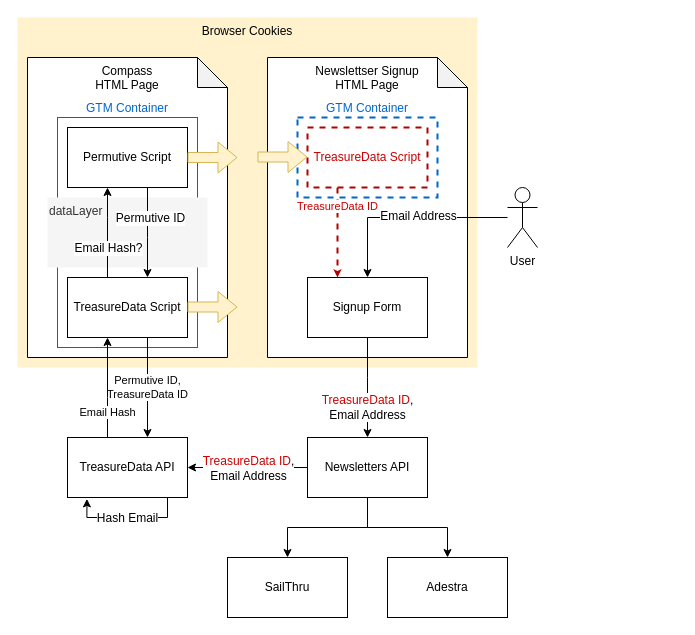
Before: diagrams/newsletters-flow.drawio in CondeNast/gtm-docs, a draw.io diagram. Source tidied: cells renumbered, new cells numbered last; positions are measured from the earlier drawing's top-left corner, leaving out a move shared by most shapes. Both pictures are drawn from the tidied source at 100%, with x=0, y=0 at pixel (17, 17).
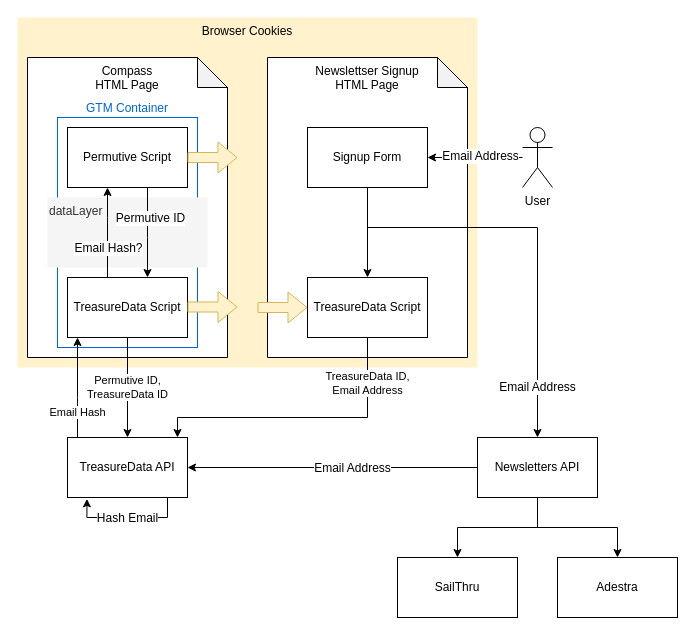
The same page after the edit.

The change refers to these unchanged cells:
```xml
<mxCell id="11" value="TreasureData Script" style="rounded=0;whiteSpace=wrap;html=1;" parent="1" vertex="1">
  <mxGeometry x="50" y="260" width="120" height="60" as="geometry" />
</mxCell>
<mxCell id="15" style="edgeStyle=orthogonalEdgeStyle;rounded=0;jettySize=auto;html=1;entryX=1;entryY=0.5;entryDx=0;entryDy=0;" parent="1" edge="1" source="19" target="23">
  <mxGeometry relative="1" as="geometry" />
</mxCell>
<mxCell id="23" value="TreasureData API" style="rounded=0;whiteSpace=wrap;html=1;" parent="1" vertex="1">
  <mxGeometry x="50" y="420" width="120" height="60" as="geometry" />
</mxCell>
```

The edit, as a diff of the source:
```diff
@@
-    <mxCell id="6" value="GTM Container" style="rounded=0;whiteSpace=wrap;html=1;strokeColor=#0066CC;strokeWidth=2;fillColor=#FFFFFF;fontColor=#0066CC;align=center;verticalAlign=bottom;labelPosition=center;verticalLabelPosition=top;dashed=1;" parent="1" vertex="1">
-      <mxGeometry x="280" y="100" width="140" height="80" as="geometry" />
-    </mxCell>
@@
     <mxCell id="10" value="Permutive ID,&lt;br&gt;TreasureData ID" style="edgeStyle=orthogonalEdgeStyle;rounded=0;jettySize=auto;html=1;" parent="1" edge="1" source="11" target="23">
       <mxGeometry relative="1" as="geometry">
         <Array as="points">
-          <mxPoint x="130" y="380" />
-          <mxPoint x="130" y="380" />
+          <mxPoint x="110" y="380" />
+          <mxPoint x="110" y="380" />
         </Array>
       </mxGeometry>
     </mxCell>
@@
-    <mxCell id="16" value="&lt;font color=&quot;#cc0000&quot;&gt;TreasureData ID&lt;/font&gt;,&lt;br&gt;Email Address" style="text;html=1;align=center;verticalAlign=middle;labelBackgroundColor=#ffffff;" parent="15" vertex="1">
+    <mxCell id="16" value="Email Address" style="text;html=1;align=center;verticalAlign=middle;labelBackgroundColor=#ffffff;" parent="15" vertex="1">
       <mxGeometry x="-0.23" y="4" relative="1" as="geometry">
         <mxPoint x="-14" y="-4" as="offset" />
       </mxGeometry>
     </mxCell>
@@
     <mxCell id="18" style="edgeStyle=orthogonalEdgeStyle;rounded=0;jettySize=auto;html=1;" parent="1" edge="1" source="19" target="32">
       <mxGeometry relative="1" as="geometry">
         <Array as="points">
-          <mxPoint x="350" y="510" />
-          <mxPoint x="270" y="510" />
+          <mxPoint x="520" y="510" />
+          <mxPoint x="440" y="510" />
         </Array>
       </mxGeometry>
     </mxCell>
     <mxCell id="19" value="Newsletters API" style="rounded=0;whiteSpace=wrap;html=1;" parent="1" vertex="1">
-      <mxGeometry x="290" y="420" width="120" height="60" as="geometry" />
+      <mxGeometry x="460" y="420" width="120" height="60" as="geometry" />
     </mxCell>
@@
     <mxCell id="22" value="&lt;font color=&quot;#000000&quot;&gt;Email Hash&lt;/font&gt;" style="edgeStyle=orthogonalEdgeStyle;rounded=0;jettySize=auto;html=1;strokeColor=#000000;strokeWidth=1;fillColor=#E51400;fontColor=#0066CC;" parent="1" edge="1" source="23" target="11">
       <mxGeometry x="-0.5" relative="1" as="geometry">
         <Array as="points">
-          <mxPoint x="90" y="380" />
-          <mxPoint x="90" y="380" />
+          <mxPoint x="60" y="380" />
+          <mxPoint x="60" y="380" />
         </Array>
       </mxGeometry>
     </mxCell>
@@
-    <mxCell id="26" value="&lt;font style=&quot;font-size: 12px&quot; color=&quot;#cc0000&quot;&gt;TreasureData ID&lt;/font&gt;&lt;span style=&quot;font-size: 12px&quot;&gt;,&lt;/span&gt;&lt;br style=&quot;font-size: 12px&quot;&gt;&lt;span style=&quot;font-size: 12px&quot;&gt;Email Address&lt;/span&gt;" style="edgeStyle=orthogonalEdgeStyle;rounded=0;jettySize=auto;html=1;" parent="1" edge="1" source="27" target="19">
-      <mxGeometry x="0.4" relative="1" as="geometry">
+    <mxCell id="26" value="&lt;span style=&quot;font-size: 12px&quot;&gt;Email Address&lt;/span&gt;" style="edgeStyle=orthogonalEdgeStyle;rounded=0;jettySize=auto;html=1;" parent="1" edge="1" source="27" target="19">
+      <mxGeometry x="0.76" relative="1" as="geometry">
         <Array as="points">
-          <mxPoint x="350" y="360" />
-          <mxPoint x="350" y="360" />
+          <mxPoint x="350" y="210" />
+          <mxPoint x="520" y="210" />
         </Array>
       </mxGeometry>
     </mxCell>
+    <mxCell id="36" style="edgeStyle=orthogonalEdgeStyle;rounded=1;jettySize=auto;html=1;endSize=6;strokeColor=#000000;strokeWidth=1;fillColor=#E51400;fontColor=#0066CC;" parent="1" edge="1" source="27" target="34">
+      <mxGeometry relative="1" as="geometry" />
+    </mxCell>
     <mxCell id="27" value="Signup Form" style="rounded=0;whiteSpace=wrap;html=1;" parent="1" vertex="1">
-      <mxGeometry x="290" y="260" width="120" height="60" as="geometry" />
+      <mxGeometry x="290" y="110" width="120" height="60" as="geometry" />
     </mxCell>
-    <mxCell id="28" style="edgeStyle=orthogonalEdgeStyle;rounded=0;jettySize=auto;html=1;" parent="1" edge="1" source="30" target="27">
+    <mxCell id="28" style="edgeStyle=orthogonalEdgeStyle;jettySize=auto;html=1;rounded=1;" parent="1" edge="1" source="30" target="27">
       <mxGeometry relative="1" as="geometry" />
     </mxCell>
@@
     <mxCell id="30" value="User&lt;br&gt;" style="shape=umlActor;verticalLabelPosition=bottom;labelBackgroundColor=#ffffff;verticalAlign=top;html=1;outlineConnect=0;" parent="1" vertex="1">
-      <mxGeometry x="490" y="170" width="30" height="60" as="geometry" />
+      <mxGeometry x="505" y="110" width="30" height="60" as="geometry" />
     </mxCell>
     <mxCell id="31" value="Adestra" style="rounded=0;whiteSpace=wrap;html=1;" parent="1" vertex="1">
-      <mxGeometry x="370" y="540" width="120" height="60" as="geometry" />
+      <mxGeometry x="540" y="540" width="120" height="60" as="geometry" />
     </mxCell>
     <mxCell id="32" value="SailThru" style="rounded=0;whiteSpace=wrap;html=1;" parent="1" vertex="1">
-      <mxGeometry x="210" y="540" width="120" height="60" as="geometry" />
+      <mxGeometry x="380" y="540" width="120" height="60" as="geometry" />
     </mxCell>
-    <mxCell id="33" value="&lt;font&gt;&lt;span&gt;TreasureData ID&lt;/span&gt;&lt;/font&gt;" style="edgeStyle=orthogonalEdgeStyle;rounded=0;jettySize=auto;html=1;dashed=1;strokeWidth=2;fillColor=#e51400;strokeColor=#B20000;fontColor=#CC0000;fontStyle=0;endSize=2;" parent="1" edge="1" source="34" target="27">
-      <mxGeometry x="0.09" y="-30" relative="1" as="geometry">
+    <mxCell id="33" value="&lt;font color=&quot;#000000&quot;&gt;&lt;span&gt;TreasureData ID,&lt;br&gt;Email Address&lt;br&gt;&lt;/span&gt;&lt;/font&gt;" style="edgeStyle=orthogonalEdgeStyle;rounded=0;jettySize=auto;html=1;strokeWidth=1;fillColor=#e51400;strokeColor=#000000;fontColor=#CC0000;fontStyle=0;endSize=6;" parent="1" edge="1" source="34" target="23">
+      <mxGeometry x="-0.68" relative="1" as="geometry">
         <Array as="points">
-          <mxPoint x="320" y="210" />
-          <mxPoint x="320" y="210" />
+          <mxPoint x="350" y="400" />
+          <mxPoint x="160" y="400" />
         </Array>
-        <mxPoint x="30" y="-30" as="offset" />
       </mxGeometry>
     </mxCell>
-    <mxCell id="34" value="&lt;font&gt;TreasureData Script&lt;/font&gt;" style="rounded=0;whiteSpace=wrap;html=1;dashed=1;strokeWidth=2;fillColor=#FFFFFF;strokeColor=#B20000;fontColor=#CC0000;" parent="1" vertex="1">
-      <mxGeometry x="290" y="110" width="120" height="60" as="geometry" />
+    <mxCell id="34" value="&lt;font&gt;TreasureData Script&lt;/font&gt;" style="rounded=0;whiteSpace=wrap;html=1;strokeWidth=1;" parent="1" vertex="1">
+      <mxGeometry x="290" y="260" width="120" height="60" as="geometry" />
     </mxCell>
-    <mxCell id="35" style="shape=flexArrow;endArrow=classic;html=1;exitX=1;exitY=0.5;exitDx=0;exitDy=0;strokeWidth=1;fillColor=#fff2cc;strokeColor=#d6b656;" parent="1" edge="1">
+    <mxCell id="35" style="shape=flexArrow;endArrow=classic;html=1;strokeWidth=1;fillColor=#fff2cc;strokeColor=#d6b656;entryX=0;entryY=0.5;entryDx=0;entryDy=0;" parent="1" edge="1" target="34">
       <mxGeometry relative="1" as="geometry">
-        <mxPoint x="240" y="139.5" as="sourcePoint" />
-        <mxPoint x="290" y="139.5" as="targetPoint" />
+        <mxPoint x="240" y="290" as="sourcePoint" />
       </mxGeometry>
     </mxCell>
```
